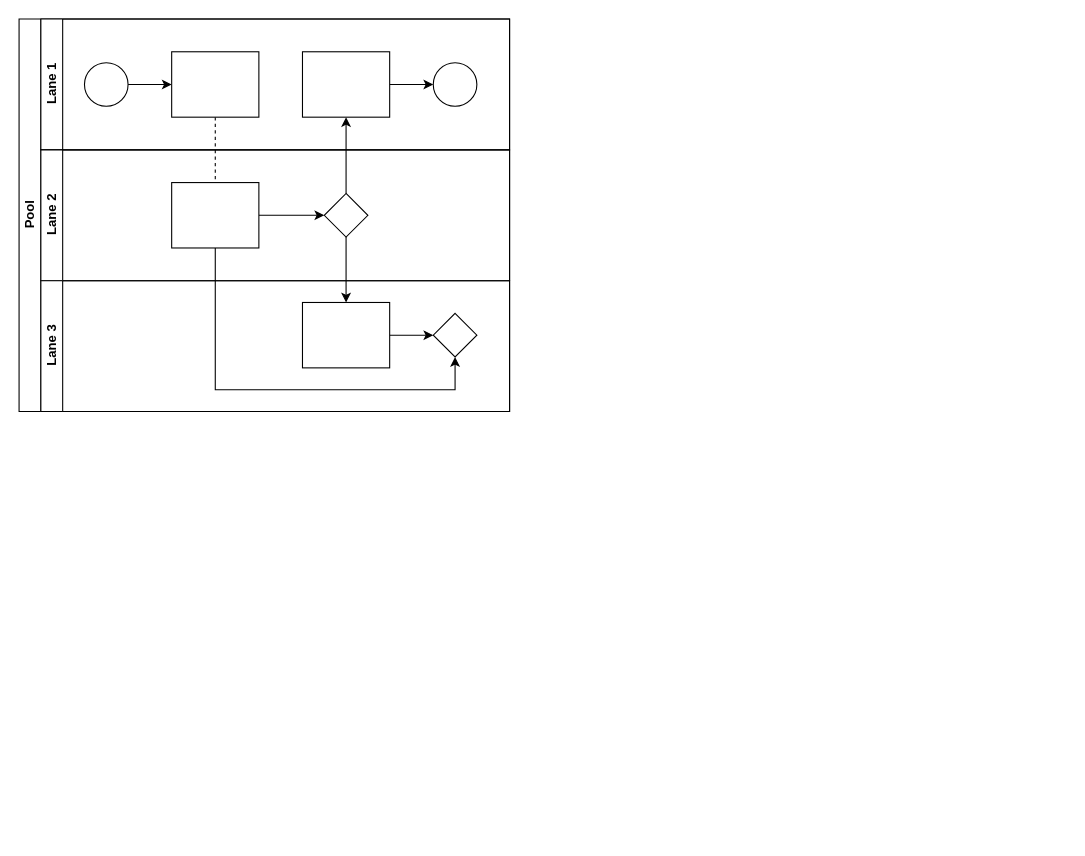
Above: 未命名绘图.drawio in lee259/hello (draw.io), before the change. Source tidied: cells renumbered, new cells numbered last; positions are measured from the earlier drawing's top-left corner, leaving out a move shared by most shapes. Both pictures are drawn from the tidied source at 109%, with x=0, y=0 at pixel (19, 19).
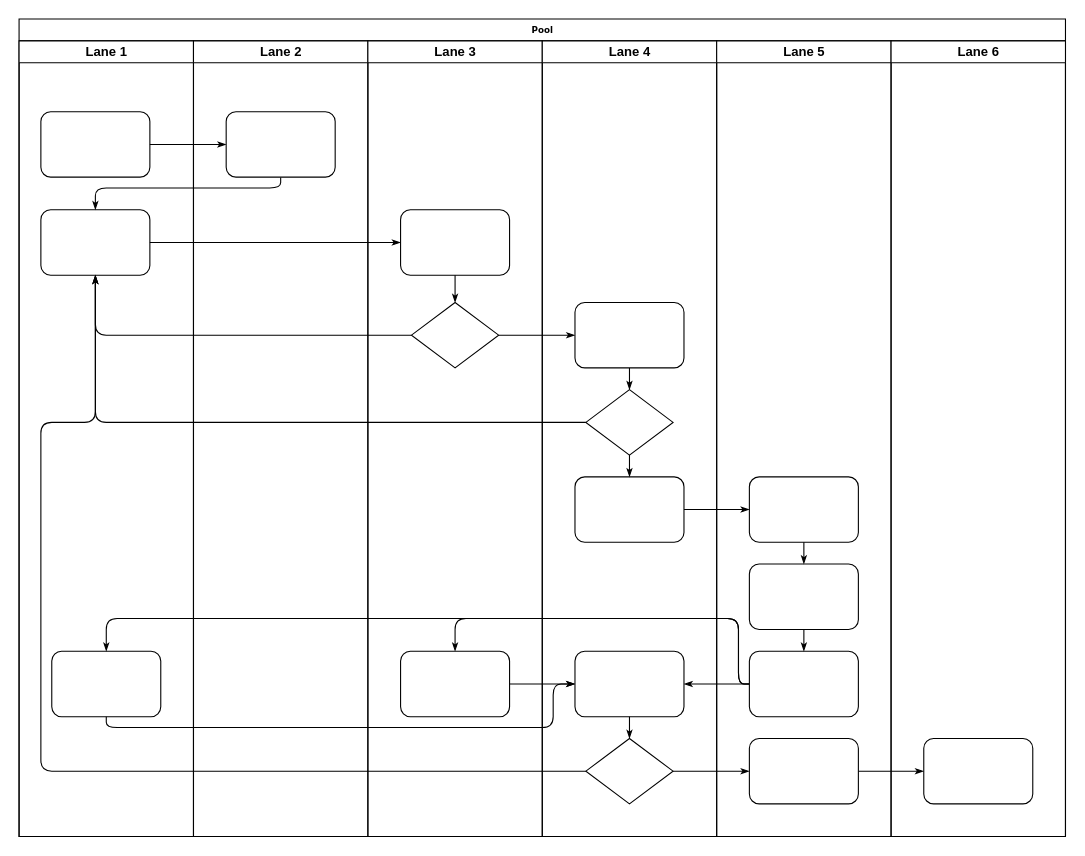
The same page after the edit.

Commit message:
已添加 未命名绘图.drawio

Change to the diagram source:
```diff
@@
-    <mxCell id="2" value="Pool" style="swimlane;html=1;horizontal=0;startSize=20;" parent="1" vertex="1">
-      <mxGeometry width="450" height="360" as="geometry" />
+    <mxCell id="2" value="Pool" style="swimlane;html=1;startSize=20;rounded=0;shadow=0;labelBackgroundColor=none;strokeWidth=1;fontFamily=Verdana;fontSize=8;align=center;" parent="1" vertex="1">
+      <mxGeometry width="960" height="750" as="geometry" />
     </mxCell>
-    <mxCell id="3" style="edgeStyle=orthogonalEdgeStyle;rounded=0;jettySize=auto;html=1;dashed=1;endArrow=none;endFill=0;" parent="2" edge="1" source="10" target="16">
-      <mxGeometry relative="1" as="geometry" />
-    </mxCell>
-    <mxCell id="4" style="edgeStyle=orthogonalEdgeStyle;rounded=0;jettySize=auto;html=1;endArrow=classic;endFill=1;" parent="2" edge="1" source="17" target="12">
-      <mxGeometry relative="1" as="geometry" />
-    </mxCell>
-    <mxCell id="5" style="edgeStyle=orthogonalEdgeStyle;rounded=0;jettySize=auto;html=1;endArrow=classic;endFill=1;" parent="2" edge="1" source="17" target="20">
-      <mxGeometry relative="1" as="geometry" />
-    </mxCell>
-    <mxCell id="6" style="edgeStyle=orthogonalEdgeStyle;rounded=0;jettySize=auto;html=1;endArrow=classic;endFill=1;" parent="2" edge="1" source="16" target="21">
-      <mxGeometry relative="1" as="geometry">
-        <Array as="points">
-          <mxPoint x="180" y="340" />
-          <mxPoint x="400" y="340" />
-        </Array>
-      </mxGeometry>
-    </mxCell>
-    <mxCell id="7" value="Lane 1" style="swimlane;html=1;startSize=20;horizontal=0;" parent="2" vertex="1">
-      <mxGeometry x="20" width="430" height="120" as="geometry" />
+    <mxCell id="7" value="Lane 1" style="swimlane;html=1;startSize=20;" parent="2" vertex="1">
+      <mxGeometry y="20" width="160" height="730" as="geometry" />
     </mxCell>
-    <mxCell id="8" style="edgeStyle=orthogonalEdgeStyle;rounded=0;jettySize=auto;html=1;" parent="7" edge="1" source="9" target="10">
-      <mxGeometry relative="1" as="geometry" />
-    </mxCell>
-    <mxCell id="9" style="ellipse;whiteSpace=wrap;html=1;" parent="7" vertex="1">
-      <mxGeometry x="40" y="40" width="40" height="40" as="geometry" />
-    </mxCell>
-    <mxCell id="10" style="rounded=0;whiteSpace=wrap;html=1;fontFamily=Helvetica;fontSize=12;fontColor=#000000;align=center;" parent="7" vertex="1">
-      <mxGeometry x="120" y="30" width="80" height="60" as="geometry" />
-    </mxCell>
-    <mxCell id="11" style="edgeStyle=orthogonalEdgeStyle;rounded=0;jettySize=auto;html=1;endArrow=classic;endFill=1;" parent="7" edge="1" source="12" target="13">
-      <mxGeometry relative="1" as="geometry" />
-    </mxCell>
-    <mxCell id="12" style="rounded=0;whiteSpace=wrap;html=1;fontFamily=Helvetica;fontSize=12;fontColor=#000000;align=center;" parent="7" vertex="1">
-      <mxGeometry x="240" y="30" width="80" height="60" as="geometry" />
-    </mxCell>
-    <mxCell id="13" style="ellipse;whiteSpace=wrap;html=1;" parent="7" vertex="1">
-      <mxGeometry x="360" y="40" width="40" height="40" as="geometry" />
-    </mxCell>
+    <mxCell id="22" style="rounded=1;whiteSpace=wrap;html=1;shadow=0;labelBackgroundColor=none;strokeWidth=1;fontFamily=Verdana;fontSize=8;align=center;" parent="7" vertex="1">
+      <mxGeometry x="20" y="65" width="100" height="60" as="geometry" />
+    </mxCell>
+    <mxCell id="23" style="rounded=1;whiteSpace=wrap;html=1;shadow=0;labelBackgroundColor=none;strokeWidth=1;fontFamily=Verdana;fontSize=8;align=center;" parent="7" vertex="1">
+      <mxGeometry x="20" y="155" width="100" height="60" as="geometry" />
+    </mxCell>
+    <mxCell id="24" style="rounded=1;whiteSpace=wrap;html=1;shadow=0;labelBackgroundColor=none;strokeWidth=1;fontFamily=Verdana;fontSize=8;align=center;" parent="7" vertex="1">
+      <mxGeometry x="30" y="560" width="100" height="60" as="geometry" />
+    </mxCell>
+    <mxCell id="25" style="edgeStyle=orthogonalEdgeStyle;rounded=1;html=1;labelBackgroundColor=none;startArrow=none;startFill=0;startSize=5;endArrow=classicThin;endFill=1;endSize=5;jettySize=auto;strokeWidth=1;fontFamily=Verdana;fontSize=8;" parent="2" edge="1" source="22" target="40">
+      <mxGeometry relative="1" as="geometry" />
+    </mxCell>
+    <mxCell id="26" style="edgeStyle=orthogonalEdgeStyle;rounded=1;html=1;labelBackgroundColor=none;startArrow=none;startFill=0;startSize=5;endArrow=classicThin;endFill=1;endSize=5;jettySize=auto;strokeWidth=1;fontFamily=Verdana;fontSize=8;" parent="2" edge="1" source="40" target="23">
+      <mxGeometry relative="1" as="geometry">
+        <Array as="points">
+          <mxPoint x="240" y="155" />
+          <mxPoint x="70" y="155" />
+        </Array>
+      </mxGeometry>
+    </mxCell>
+    <mxCell id="27" style="edgeStyle=orthogonalEdgeStyle;rounded=1;html=1;labelBackgroundColor=none;startArrow=none;startFill=0;startSize=5;endArrow=classicThin;endFill=1;endSize=5;jettySize=auto;strokeWidth=1;fontFamily=Verdana;fontSize=8;" parent="2" edge="1" source="23" target="41">
+      <mxGeometry relative="1" as="geometry" />
+    </mxCell>
+    <mxCell id="28" style="edgeStyle=orthogonalEdgeStyle;rounded=1;html=1;labelBackgroundColor=none;startArrow=none;startFill=0;startSize=5;endArrow=classicThin;endFill=1;endSize=5;jettySize=auto;strokeWidth=1;fontFamily=Verdana;fontSize=8;" parent="2" edge="1" source="42" target="23">
+      <mxGeometry relative="1" as="geometry" />
+    </mxCell>
+    <mxCell id="29" style="edgeStyle=orthogonalEdgeStyle;rounded=1;html=1;labelBackgroundColor=none;startArrow=none;startFill=0;startSize=5;endArrow=classicThin;endFill=1;endSize=5;jettySize=auto;strokeWidth=1;fontFamily=Verdana;fontSize=8;" parent="2" edge="1" source="47" target="23">
+      <mxGeometry relative="1" as="geometry" />
+    </mxCell>
+    <mxCell id="30" style="edgeStyle=orthogonalEdgeStyle;rounded=1;html=1;labelBackgroundColor=none;startArrow=none;startFill=0;startSize=5;endArrow=classicThin;endFill=1;endSize=5;jettySize=auto;strokeWidth=1;fontFamily=Verdana;fontSize=8;" parent="2" edge="1" source="50" target="23">
+      <mxGeometry relative="1" as="geometry">
+        <Array as="points">
+          <mxPoint x="20" y="690" />
+          <mxPoint x="20" y="370" />
+          <mxPoint x="70" y="370" />
+        </Array>
+      </mxGeometry>
+    </mxCell>
+    <mxCell id="31" style="edgeStyle=orthogonalEdgeStyle;rounded=1;html=1;labelBackgroundColor=none;startArrow=none;startFill=0;startSize=5;endArrow=classicThin;endFill=1;endSize=5;jettySize=auto;strokeWidth=1;fontFamily=Verdana;fontSize=8;" parent="2" edge="1" source="42" target="46">
+      <mxGeometry relative="1" as="geometry" />
+    </mxCell>
+    <mxCell id="32" style="edgeStyle=orthogonalEdgeStyle;rounded=1;html=1;labelBackgroundColor=none;startArrow=none;startFill=0;startSize=5;endArrow=classicThin;endFill=1;endSize=5;jettySize=auto;strokeWidth=1;fontFamily=Verdana;fontSize=8;" parent="2" edge="1" source="50" target="58">
+      <mxGeometry relative="1" as="geometry" />
+    </mxCell>
+    <mxCell id="33" style="edgeStyle=orthogonalEdgeStyle;rounded=1;html=1;labelBackgroundColor=none;startArrow=none;startFill=0;startSize=5;endArrow=classicThin;endFill=1;endSize=5;jettySize=auto;strokeWidth=1;fontFamily=Verdana;fontSize=8;" parent="2" edge="1" source="58" target="62">
+      <mxGeometry relative="1" as="geometry" />
+    </mxCell>
+    <mxCell id="34" style="edgeStyle=orthogonalEdgeStyle;rounded=1;html=1;labelBackgroundColor=none;startArrow=none;startFill=0;startSize=5;endArrow=classicThin;endFill=1;endSize=5;jettySize=auto;strokeWidth=1;fontFamily=Verdana;fontSize=8;" parent="2" edge="1" source="48" target="55">
+      <mxGeometry relative="1" as="geometry" />
+    </mxCell>
+    <mxCell id="35" style="edgeStyle=orthogonalEdgeStyle;rounded=1;html=1;labelBackgroundColor=none;startArrow=none;startFill=0;startSize=5;endArrow=classicThin;endFill=1;endSize=5;jettySize=auto;strokeWidth=1;fontFamily=Verdana;fontSize=8;" parent="2" edge="1" source="57" target="43">
+      <mxGeometry relative="1" as="geometry">
+        <Array as="points">
+          <mxPoint x="660" y="610" />
+          <mxPoint x="660" y="550" />
+          <mxPoint x="400" y="550" />
+        </Array>
+      </mxGeometry>
+    </mxCell>
+    <mxCell id="36" style="edgeStyle=orthogonalEdgeStyle;rounded=1;html=1;labelBackgroundColor=none;startArrow=none;startFill=0;startSize=5;endArrow=classicThin;endFill=1;endSize=5;jettySize=auto;strokeColor=#000000;strokeWidth=1;fontFamily=Verdana;fontSize=8;fontColor=#000000;" parent="2" edge="1" source="57" target="49">
+      <mxGeometry relative="1" as="geometry" />
+    </mxCell>
+    <mxCell id="37" style="edgeStyle=orthogonalEdgeStyle;rounded=1;html=1;labelBackgroundColor=none;startArrow=none;startFill=0;startSize=5;endArrow=classicThin;endFill=1;endSize=5;jettySize=auto;strokeWidth=1;fontFamily=Verdana;fontSize=8;" parent="2" edge="1" source="57" target="24">
+      <mxGeometry relative="1" as="geometry">
+        <Array as="points">
+          <mxPoint x="660" y="610" />
+          <mxPoint x="660" y="550" />
+          <mxPoint x="80" y="550" />
+        </Array>
+      </mxGeometry>
+    </mxCell>
+    <mxCell id="38" style="edgeStyle=orthogonalEdgeStyle;rounded=1;html=1;labelBackgroundColor=none;startArrow=none;startFill=0;startSize=5;endArrow=classicThin;endFill=1;endSize=5;jettySize=auto;strokeWidth=1;fontFamily=Verdana;fontSize=8;" parent="2" edge="1" source="24" target="49">
+      <mxGeometry relative="1" as="geometry">
+        <Array as="points">
+          <mxPoint x="80" y="650" />
+          <mxPoint x="490" y="650" />
+          <mxPoint x="490" y="610" />
+        </Array>
+      </mxGeometry>
+    </mxCell>
+    <mxCell id="39" style="edgeStyle=orthogonalEdgeStyle;rounded=1;html=1;labelBackgroundColor=none;startArrow=none;startFill=0;startSize=5;endArrow=classicThin;endFill=1;endSize=5;jettySize=auto;strokeWidth=1;fontFamily=Verdana;fontSize=8;" parent="2" edge="1" source="43" target="49">
+      <mxGeometry relative="1" as="geometry" />
+    </mxCell>
-    <mxCell id="14" value="Lane 2" style="swimlane;html=1;startSize=20;horizontal=0;" parent="2" vertex="1">
-      <mxGeometry x="20" y="120" width="430" height="120" as="geometry" />
+    <mxCell id="14" value="Lane 2" style="swimlane;html=1;startSize=20;" parent="2" vertex="1">
+      <mxGeometry x="160" y="20" width="160" height="730" as="geometry" />
     </mxCell>
-    <mxCell id="15" style="edgeStyle=orthogonalEdgeStyle;rounded=0;jettySize=auto;html=1;endArrow=classic;endFill=1;" parent="14" edge="1" source="16" target="17">
-      <mxGeometry relative="1" as="geometry" />
-    </mxCell>
-    <mxCell id="16" style="rounded=0;whiteSpace=wrap;html=1;fontFamily=Helvetica;fontSize=12;fontColor=#000000;align=center;" parent="14" vertex="1">
-      <mxGeometry x="120" y="30" width="80" height="60" as="geometry" />
-    </mxCell>
-    <mxCell id="17" style="rhombus;whiteSpace=wrap;html=1;fontFamily=Helvetica;fontSize=12;fontColor=#000000;align=center;" parent="14" vertex="1">
-      <mxGeometry x="260" y="40" width="40" height="40" as="geometry" />
-    </mxCell>
+    <mxCell id="40" style="rounded=1;whiteSpace=wrap;html=1;shadow=0;labelBackgroundColor=none;strokeWidth=1;fontFamily=Verdana;fontSize=8;align=center;" parent="14" vertex="1">
+      <mxGeometry x="30" y="65" width="100" height="60" as="geometry" />
+    </mxCell>
-    <mxCell id="18" value="Lane 3" style="swimlane;html=1;startSize=20;horizontal=0;" parent="2" vertex="1">
-      <mxGeometry x="20" y="240" width="430" height="120" as="geometry" />
+    <mxCell id="18" value="Lane 3" style="swimlane;html=1;startSize=20;" parent="2" vertex="1">
+      <mxGeometry x="320" y="20" width="160" height="730" as="geometry" />
     </mxCell>
-    <mxCell id="19" style="edgeStyle=orthogonalEdgeStyle;rounded=0;jettySize=auto;html=1;endArrow=classic;endFill=1;" parent="18" edge="1" source="20" target="21">
-      <mxGeometry relative="1" as="geometry" />
-    </mxCell>
-    <mxCell id="20" style="rounded=0;whiteSpace=wrap;html=1;fontFamily=Helvetica;fontSize=12;fontColor=#000000;align=center;" parent="18" vertex="1">
-      <mxGeometry x="240" y="20" width="80" height="60" as="geometry" />
-    </mxCell>
-    <mxCell id="21" style="rhombus;whiteSpace=wrap;html=1;fontFamily=Helvetica;fontSize=12;fontColor=#000000;align=center;" parent="18" vertex="1">
-      <mxGeometry x="360" y="30" width="40" height="40" as="geometry" />
-    </mxCell>
+    <mxCell id="41" style="rounded=1;whiteSpace=wrap;html=1;shadow=0;labelBackgroundColor=none;strokeWidth=1;fontFamily=Verdana;fontSize=8;align=center;" parent="18" vertex="1">
+      <mxGeometry x="30" y="155" width="100" height="60" as="geometry" />
+    </mxCell>
+    <mxCell id="42" style="rhombus;whiteSpace=wrap;html=1;rounded=0;shadow=0;labelBackgroundColor=none;strokeWidth=1;fontFamily=Verdana;fontSize=8;align=center;" parent="18" vertex="1">
+      <mxGeometry x="40" y="240" width="80" height="60" as="geometry" />
+    </mxCell>
+    <mxCell id="43" style="rounded=1;whiteSpace=wrap;html=1;shadow=0;labelBackgroundColor=none;strokeWidth=1;fontFamily=Verdana;fontSize=8;align=center;" parent="18" vertex="1">
+      <mxGeometry x="30" y="560" width="100" height="60" as="geometry" />
+    </mxCell>
+    <mxCell id="44" style="edgeStyle=orthogonalEdgeStyle;rounded=1;html=1;labelBackgroundColor=none;startArrow=none;startFill=0;startSize=5;endArrow=classicThin;endFill=1;endSize=5;jettySize=auto;strokeWidth=1;fontFamily=Verdana;fontSize=8;" parent="18" edge="1" source="41" target="42">
+      <mxGeometry relative="1" as="geometry" />
+    </mxCell>
+    <mxCell id="45" value="Lane 4" style="swimlane;html=1;startSize=20;" parent="2" vertex="1">
+      <mxGeometry x="480" y="20" width="160" height="730" as="geometry" />
+    </mxCell>
+    <mxCell id="46" style="rounded=1;whiteSpace=wrap;html=1;shadow=0;labelBackgroundColor=none;strokeWidth=1;fontFamily=Verdana;fontSize=8;align=center;" parent="45" vertex="1">
+      <mxGeometry x="30" y="240" width="100" height="60" as="geometry" />
+    </mxCell>
+    <mxCell id="47" style="rhombus;whiteSpace=wrap;html=1;rounded=0;shadow=0;labelBackgroundColor=none;strokeWidth=1;fontFamily=Verdana;fontSize=8;align=center;" parent="45" vertex="1">
+      <mxGeometry x="40" y="320" width="80" height="60" as="geometry" />
+    </mxCell>
+    <mxCell id="48" style="rounded=1;whiteSpace=wrap;html=1;shadow=0;labelBackgroundColor=none;strokeWidth=1;fontFamily=Verdana;fontSize=8;align=center;" parent="45" vertex="1">
+      <mxGeometry x="30" y="400" width="100" height="60" as="geometry" />
+    </mxCell>
+    <mxCell id="49" style="rounded=1;whiteSpace=wrap;html=1;shadow=0;labelBackgroundColor=none;strokeWidth=1;fontFamily=Verdana;fontSize=8;align=center;" parent="45" vertex="1">
+      <mxGeometry x="30" y="560" width="100" height="60" as="geometry" />
+    </mxCell>
+    <mxCell id="50" style="rhombus;whiteSpace=wrap;html=1;rounded=0;shadow=0;labelBackgroundColor=none;strokeWidth=1;fontFamily=Verdana;fontSize=8;align=center;" parent="45" vertex="1">
+      <mxGeometry x="40" y="640" width="80" height="60" as="geometry" />
+    </mxCell>
+    <mxCell id="51" style="edgeStyle=orthogonalEdgeStyle;rounded=1;html=1;labelBackgroundColor=none;startArrow=none;startFill=0;startSize=5;endArrow=classicThin;endFill=1;endSize=5;jettySize=auto;strokeColor=#000000;strokeWidth=1;fontFamily=Verdana;fontSize=8;fontColor=#000000;" parent="45" edge="1" source="46" target="47">
+      <mxGeometry relative="1" as="geometry" />
+    </mxCell>
+    <mxCell id="52" style="edgeStyle=orthogonalEdgeStyle;rounded=1;html=1;labelBackgroundColor=none;startArrow=none;startFill=0;startSize=5;endArrow=classicThin;endFill=1;endSize=5;jettySize=auto;strokeWidth=1;fontFamily=Verdana;fontSize=8;" parent="45" edge="1" source="47" target="48">
+      <mxGeometry relative="1" as="geometry" />
+    </mxCell>
+    <mxCell id="53" style="edgeStyle=orthogonalEdgeStyle;rounded=1;html=1;labelBackgroundColor=none;startArrow=none;startFill=0;startSize=5;endArrow=classicThin;endFill=1;endSize=5;jettySize=auto;strokeWidth=1;fontFamily=Verdana;fontSize=8;" parent="45" edge="1" source="49" target="50">
+      <mxGeometry relative="1" as="geometry" />
+    </mxCell>
+    <mxCell id="54" value="Lane 5" style="swimlane;html=1;startSize=20;" parent="2" vertex="1">
+      <mxGeometry x="640" y="20" width="160" height="730" as="geometry" />
+    </mxCell>
+    <mxCell id="55" style="rounded=1;whiteSpace=wrap;html=1;shadow=0;labelBackgroundColor=none;strokeWidth=1;fontFamily=Verdana;fontSize=8;align=center;" parent="54" vertex="1">
+      <mxGeometry x="30" y="400" width="100" height="60" as="geometry" />
+    </mxCell>
+    <mxCell id="56" style="rounded=1;whiteSpace=wrap;html=1;shadow=0;labelBackgroundColor=none;strokeWidth=1;fontFamily=Verdana;fontSize=8;align=center;" parent="54" vertex="1">
+      <mxGeometry x="30" y="480" width="100" height="60" as="geometry" />
+    </mxCell>
+    <mxCell id="57" style="rounded=1;whiteSpace=wrap;html=1;shadow=0;labelBackgroundColor=none;strokeWidth=1;fontFamily=Verdana;fontSize=8;align=center;" parent="54" vertex="1">
+      <mxGeometry x="30" y="560" width="100" height="60" as="geometry" />
+    </mxCell>
+    <mxCell id="58" style="rounded=1;whiteSpace=wrap;html=1;shadow=0;labelBackgroundColor=none;strokeWidth=1;fontFamily=Verdana;fontSize=8;align=center;" parent="54" vertex="1">
+      <mxGeometry x="30" y="640" width="100" height="60" as="geometry" />
+    </mxCell>
+    <mxCell id="59" style="edgeStyle=orthogonalEdgeStyle;rounded=1;html=1;labelBackgroundColor=none;startArrow=none;startFill=0;startSize=5;endArrow=classicThin;endFill=1;endSize=5;jettySize=auto;strokeWidth=1;fontFamily=Verdana;fontSize=8;" parent="54" edge="1" source="55" target="56">
+      <mxGeometry relative="1" as="geometry" />
+    </mxCell>
+    <mxCell id="60" style="edgeStyle=orthogonalEdgeStyle;rounded=1;html=1;labelBackgroundColor=none;startArrow=none;startFill=0;startSize=5;endArrow=classicThin;endFill=1;endSize=5;jettySize=auto;strokeWidth=1;fontFamily=Verdana;fontSize=8;" parent="54" edge="1" source="56" target="57">
+      <mxGeometry relative="1" as="geometry" />
+    </mxCell>
+    <mxCell id="61" value="Lane 6" style="swimlane;html=1;startSize=20;" parent="2" vertex="1">
+      <mxGeometry x="800" y="20" width="160" height="730" as="geometry" />
+    </mxCell>
+    <mxCell id="62" style="rounded=1;whiteSpace=wrap;html=1;shadow=0;labelBackgroundColor=none;strokeWidth=1;fontFamily=Verdana;fontSize=8;align=center;" parent="61" vertex="1">
+      <mxGeometry x="30" y="640" width="100" height="60" as="geometry" />
+    </mxCell>
```
